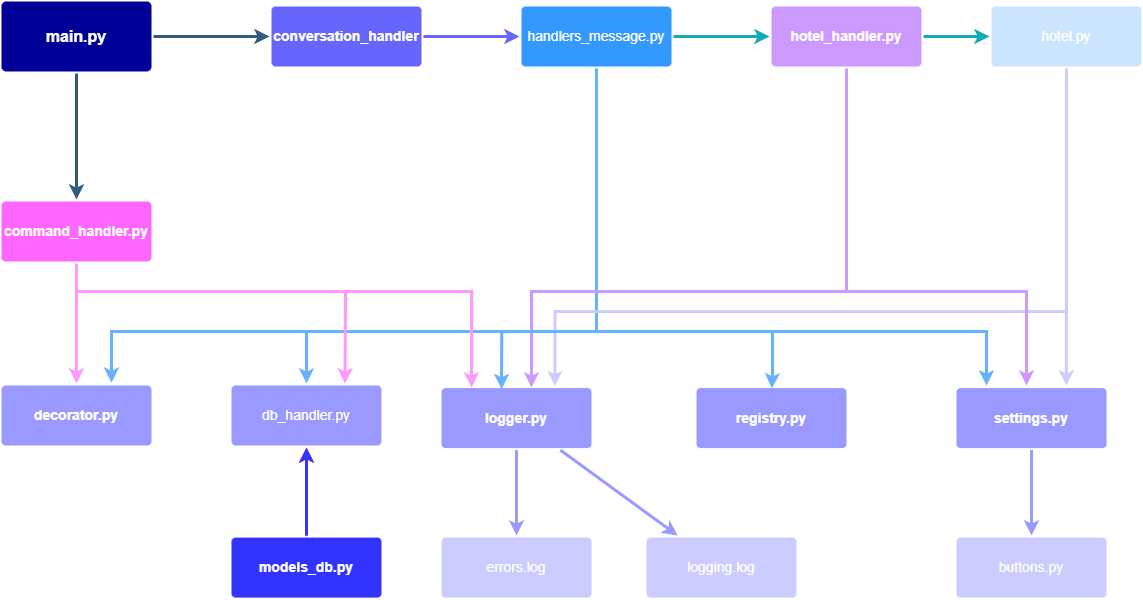
Earlier version of the draw.io export demo.png (nosenkoek/telegram-bot-hotels). Source tidied: cells renumbered, new cells last; positions are measured from the earlier drawing's top-left corner, leaving out a move shared by most shapes.
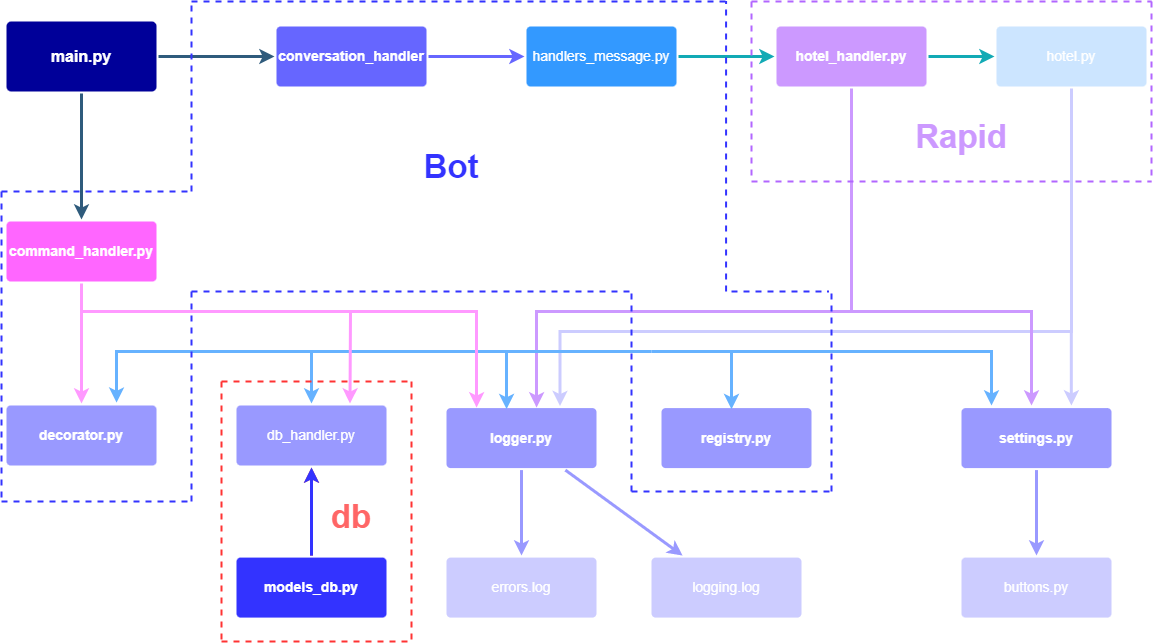
Above is the later version.

What changed in the source:
```diff
@@ -41,16 +41,6 @@
     <mxCell id="14" style="edgeStyle=orthogonalEdgeStyle;rounded=0;jettySize=auto;html=1;strokeColor=#12AAB5;strokeWidth=3;" parent="1" edge="1" source="16" target="25">
       <mxGeometry relative="1" as="geometry" />
     </mxCell>
-    <mxCell id="15" style="edgeStyle=orthogonalEdgeStyle;rounded=0;jettySize=auto;html=1;exitX=0.5;exitY=1;exitDx=0;exitDy=0;strokeWidth=3;strokeColor=#66B2FF;entryX=0.502;entryY=0.035;entryDx=0;entryDy=0;entryPerimeter=0;" parent="1" edge="1" source="16" target="23">
-      <mxGeometry relative="1" as="geometry">
-        <Array as="points">
-          <mxPoint x="595" y="330" />
-          <mxPoint x="771" y="330" />
-          <mxPoint x="771" y="370" />
-          <mxPoint x="770" y="370" />
-        </Array>
-      </mxGeometry>
-    </mxCell>
     <mxCell id="16" value="handlers_message.py" style="rounded=1;whiteSpace=wrap;html=1;shadow=0;labelBackgroundColor=none;strokeColor=none;strokeWidth=3;fillColor=#3399FF;fontFamily=Helvetica;fontSize=14;fontColor=#FFFFFF;align=center;spacing=5;fontStyle=0;arcSize=7;perimeterSpacing=2;" parent="1" vertex="1">
       <mxGeometry x="520" y="5" width="150" height="60" as="geometry" />
     </mxCell>
@@ -73,7 +63,7 @@
       <mxGeometry x="230" y="384" width="150" height="60" as="geometry" />
     </mxCell>
     <mxCell id="23" value="registry.py" style="rounded=1;whiteSpace=wrap;html=1;shadow=0;labelBackgroundColor=none;strokeColor=none;strokeWidth=3;fillColor=#9999FF;fontFamily=Helvetica;fontSize=14;align=center;spacing=5;fontStyle=1;arcSize=7;perimeterSpacing=2;fontColor=#FFFFFF;" parent="1" vertex="1">
-      <mxGeometry x="695" y="386.6" width="150" height="60" as="geometry" />
+      <mxGeometry x="655" y="386.6" width="150" height="60" as="geometry" />
     </mxCell>
     <mxCell id="24" style="edgeStyle=orthogonalEdgeStyle;rounded=0;jettySize=auto;html=1;strokeColor=#CC99FF;strokeWidth=3;" parent="1" edge="1" source="25">
       <mxGeometry relative="1" as="geometry">
@@ -104,7 +94,7 @@
     </mxCell>
     <mxCell id="29" style="endArrow=classic;html=1;rounded=0;edgeStyle=orthogonalEdgeStyle;strokeWidth=3;strokeColor=#66B2FF;" parent="1" edge="1">
       <mxGeometry relative="1" as="geometry">
-        <mxPoint x="705" y="330" as="sourcePoint" />
+        <mxPoint x="645" y="330" as="sourcePoint" />
         <mxPoint x="985" y="384" as="targetPoint" />
       </mxGeometry>
     </mxCell>
@@ -169,5 +159,143 @@
     <mxCell id="38" value="buttons.py" style="rounded=1;whiteSpace=wrap;html=1;shadow=0;labelBackgroundColor=none;strokeColor=none;strokeWidth=3;fillColor=#CCCCFF;fontFamily=Helvetica;fontSize=14;fontColor=#FFFFFF;align=center;spacing=5;fontStyle=0;arcSize=7;perimeterSpacing=2;" parent="1" vertex="1">
       <mxGeometry x="955" y="536.1" width="150" height="60" as="geometry" />
     </mxCell>
+    <mxCell id="39" style="endArrow=none;dashed=1;html=1;strokeWidth=2;rounded=0;strokeColor=#3333FF;" parent="1" edge="1">
+      <mxGeometry relative="1" as="geometry">
+        <mxPoint x="-5" y="170" as="sourcePoint" />
+        <mxPoint x="185" y="170" as="targetPoint" />
+      </mxGeometry>
+    </mxCell>
+    <mxCell id="40" style="endArrow=none;dashed=1;html=1;strokeWidth=2;rounded=0;strokeColor=#3333FF;" parent="1" edge="1">
+      <mxGeometry relative="1" as="geometry">
+        <mxPoint x="185" y="170" as="sourcePoint" />
+        <mxPoint x="185" y="-20" as="targetPoint" />
+      </mxGeometry>
+    </mxCell>
+    <mxCell id="41" style="endArrow=none;dashed=1;html=1;strokeWidth=2;rounded=0;strokeColor=#3333FF;" parent="1" edge="1">
+      <mxGeometry relative="1" as="geometry">
+        <mxPoint x="185" y="-20" as="sourcePoint" />
+        <mxPoint x="725" y="-20" as="targetPoint" />
+      </mxGeometry>
+    </mxCell>
+    <mxCell id="42" style="endArrow=none;dashed=1;html=1;strokeWidth=2;rounded=0;strokeColor=#3333FF;" parent="1" edge="1">
+      <mxGeometry relative="1" as="geometry">
+        <mxPoint x="-5" y="170" as="sourcePoint" />
+        <mxPoint x="-5" y="480" as="targetPoint" />
+      </mxGeometry>
+    </mxCell>
+    <mxCell id="43" style="endArrow=none;dashed=1;html=1;strokeWidth=2;rounded=0;strokeColor=#3333FF;" parent="1" edge="1">
+      <mxGeometry relative="1" as="geometry">
+        <mxPoint x="-5" y="480" as="sourcePoint" />
+        <mxPoint x="185" y="480" as="targetPoint" />
+      </mxGeometry>
+    </mxCell>
+    <mxCell id="44" style="endArrow=none;dashed=1;html=1;strokeWidth=2;rounded=0;strokeColor=#3333FF;" parent="1" edge="1">
+      <mxGeometry relative="1" as="geometry">
+        <mxPoint x="185" y="270" as="sourcePoint" />
+        <mxPoint x="625" y="270" as="targetPoint" />
+      </mxGeometry>
+    </mxCell>
+    <mxCell id="45" style="endArrow=none;dashed=1;html=1;strokeWidth=2;rounded=0;strokeColor=#3333FF;" parent="1" edge="1">
+      <mxGeometry relative="1" as="geometry">
+        <mxPoint x="185" y="270" as="sourcePoint" />
+        <mxPoint x="185" y="480" as="targetPoint" />
+      </mxGeometry>
+    </mxCell>
+    <mxCell id="46" style="endArrow=classic;html=1;rounded=0;edgeStyle=orthogonalEdgeStyle;entryX=0.403;entryY=0.048;entryDx=0;entryDy=0;entryPerimeter=0;strokeWidth=3;strokeColor=#66B2FF;" parent="1" edge="1">
+      <mxGeometry relative="1" as="geometry">
+        <mxPoint x="869.9" y="330" as="sourcePoint" />
+        <mxPoint x="725" y="387.7" as="targetPoint" />
+        <Array as="points">
+          <mxPoint x="724.9" y="330" />
+        </Array>
+      </mxGeometry>
+    </mxCell>
+    <mxCell id="47" style="endArrow=none;dashed=1;html=1;strokeWidth=2;rounded=0;strokeColor=#3333FF;" parent="1" edge="1">
+      <mxGeometry relative="1" as="geometry">
+        <mxPoint x="719.6" y="270" as="sourcePoint" />
+        <mxPoint x="719.6" y="-20" as="targetPoint" />
+      </mxGeometry>
+    </mxCell>
+    <mxCell id="48" style="endArrow=none;dashed=1;html=1;strokeWidth=2;rounded=0;strokeColor=#3333FF;" parent="1" edge="1">
+      <mxGeometry relative="1" as="geometry">
+        <mxPoint x="625" y="470" as="sourcePoint" />
+        <mxPoint x="625" y="270" as="targetPoint" />
+      </mxGeometry>
+    </mxCell>
+    <mxCell id="49" style="endArrow=none;dashed=1;html=1;strokeWidth=2;rounded=0;strokeColor=#3333FF;" parent="1" edge="1">
+      <mxGeometry relative="1" as="geometry">
+        <mxPoint x="625" y="470" as="sourcePoint" />
+        <mxPoint x="825" y="470" as="targetPoint" />
+      </mxGeometry>
+    </mxCell>
+    <mxCell id="50" style="endArrow=none;dashed=1;html=1;strokeWidth=2;rounded=0;strokeColor=#3333FF;" parent="1" edge="1">
+      <mxGeometry relative="1" as="geometry">
+        <mxPoint x="725" y="270" as="sourcePoint" />
+        <mxPoint x="822" y="270" as="targetPoint" />
+      </mxGeometry>
+    </mxCell>
+    <mxCell id="51" style="endArrow=none;dashed=1;html=1;strokeWidth=2;rounded=0;strokeColor=#3333FF;" parent="1" edge="1">
+      <mxGeometry relative="1" as="geometry">
+        <mxPoint x="825" y="470" as="sourcePoint" />
+        <mxPoint x="825" y="270" as="targetPoint" />
+      </mxGeometry>
+    </mxCell>
+    <mxCell id="52" value="Bot" style="text;html=1;strokeColor=none;fillColor=none;align=center;verticalAlign=middle;whiteSpace=wrap;rounded=0;fontColor=#3333FF;fontSize=33;fontStyle=1;" parent="1" vertex="1">
+      <mxGeometry x="375" y="130" width="140" height="30" as="geometry" />
+    </mxCell>
+    <mxCell id="53" style="endArrow=none;dashed=1;html=1;strokeWidth=2;rounded=0;strokeColor=#B266FF;" parent="1" edge="1">
+      <mxGeometry relative="1" as="geometry">
+        <mxPoint x="745" y="-20" as="sourcePoint" />
+        <mxPoint x="1145" y="-20" as="targetPoint" />
+      </mxGeometry>
+    </mxCell>
+    <mxCell id="54" style="endArrow=none;dashed=1;html=1;strokeWidth=2;rounded=0;strokeColor=#B266FF;" parent="1" edge="1">
+      <mxGeometry relative="1" as="geometry">
+        <mxPoint x="745" y="160" as="sourcePoint" />
+        <mxPoint x="1145" y="160" as="targetPoint" />
+      </mxGeometry>
+    </mxCell>
+    <mxCell id="55" style="endArrow=none;dashed=1;html=1;strokeWidth=2;rounded=0;strokeColor=#B266FF;" parent="1" edge="1">
+      <mxGeometry relative="1" as="geometry">
+        <mxPoint x="745" y="-20" as="sourcePoint" />
+        <mxPoint x="745" y="160" as="targetPoint" />
+      </mxGeometry>
+    </mxCell>
+    <mxCell id="56" style="endArrow=none;dashed=1;html=1;strokeWidth=2;rounded=0;strokeColor=#B266FF;" parent="1" edge="1">
+      <mxGeometry relative="1" as="geometry">
+        <mxPoint x="1145" y="-20" as="sourcePoint" />
+        <mxPoint x="1145" y="160" as="targetPoint" />
+      </mxGeometry>
+    </mxCell>
+    <mxCell id="57" value="Rapid" style="text;html=1;strokeColor=none;fillColor=none;align=center;verticalAlign=middle;whiteSpace=wrap;rounded=0;fontColor=#CC99FF;fontSize=33;fontStyle=1;" parent="1" vertex="1">
+      <mxGeometry x="885" y="100" width="140" height="30" as="geometry" />
+    </mxCell>
+    <mxCell id="58" style="endArrow=none;dashed=1;html=1;strokeWidth=2;rounded=0;strokeColor=#FF3333;" parent="1" edge="1">
+      <mxGeometry relative="1" as="geometry">
+        <mxPoint x="215" y="360" as="sourcePoint" />
+        <mxPoint x="405" y="360" as="targetPoint" />
+      </mxGeometry>
+    </mxCell>
+    <mxCell id="59" style="endArrow=none;dashed=1;html=1;strokeWidth=2;rounded=0;strokeColor=#FF3333;" parent="1" edge="1">
+      <mxGeometry relative="1" as="geometry">
+        <mxPoint x="215" y="620" as="sourcePoint" />
+        <mxPoint x="405" y="620" as="targetPoint" />
+      </mxGeometry>
+    </mxCell>
+    <mxCell id="60" style="endArrow=none;dashed=1;html=1;strokeWidth=2;rounded=0;strokeColor=#FF3333;" parent="1" edge="1">
+      <mxGeometry relative="1" as="geometry">
+        <mxPoint x="215" y="360" as="sourcePoint" />
+        <mxPoint x="215" y="620" as="targetPoint" />
+      </mxGeometry>
+    </mxCell>
+    <mxCell id="61" style="endArrow=none;dashed=1;html=1;strokeWidth=2;rounded=0;strokeColor=#FF3333;" parent="1" edge="1">
+      <mxGeometry relative="1" as="geometry">
+        <mxPoint x="405" y="360" as="sourcePoint" />
+        <mxPoint x="405" y="620" as="targetPoint" />
+      </mxGeometry>
+    </mxCell>
+    <mxCell id="62" value="db" style="text;html=1;strokeColor=none;fillColor=none;align=center;verticalAlign=middle;whiteSpace=wrap;rounded=0;fontColor=#FF6666;fontSize=33;fontStyle=1;" parent="1" vertex="1">
+      <mxGeometry x="275" y="480" width="140" height="30" as="geometry" />
+    </mxCell>
   </root>
 </mxGraphModel>
```
